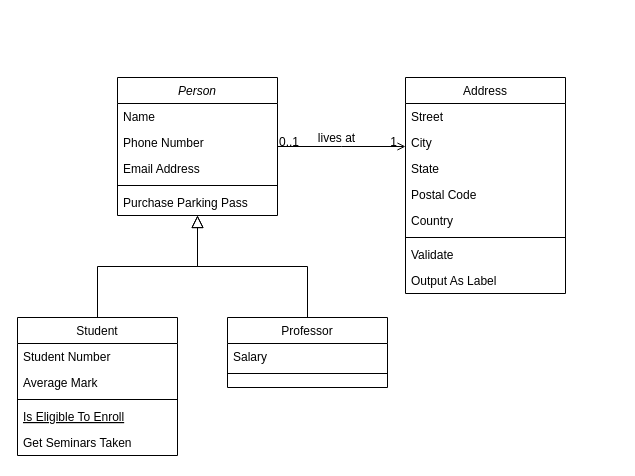
uygnaix/diagrams keeps this draw.io diagram as Untitled Diagram.drawio. Above is the earlier version. Source tidied: cells renumbered, new cells numbered last; positions are measured from the earlier drawing's top-left corner, leaving out a move shared by most shapes. Both pictures are drawn from the tidied source at 100%, with x=0, y=0 at pixel (17, 77).
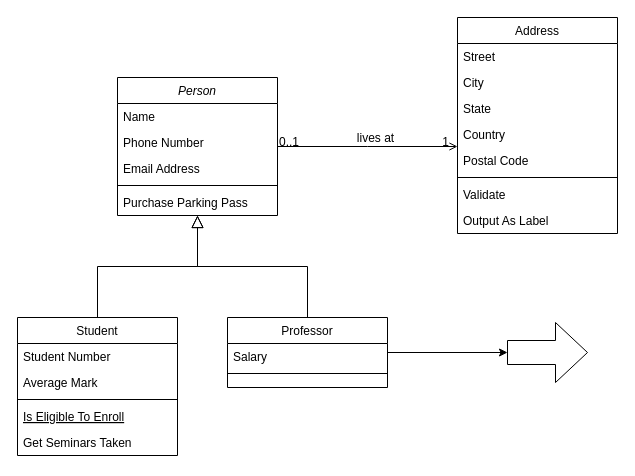
After the change.

Unchanged cells that the change refers to:
```xml
<mxCell id="15" value="Professor" style="swimlane;fontStyle=0;align=center;verticalAlign=top;horizontal=1;startSize=26;rounded=0;shadow=0;strokeWidth=1;" parent="1" vertex="1">
  <mxGeometry x="210" y="240" width="160" height="70" as="geometry" />
</mxCell>
```

What changed in the source:
```diff
@@
+    <mxCell id="32" style="edgeStyle=orthogonalEdgeStyle;rounded=0;jettySize=auto;html=1;" parent="1" edge="1" source="15" target="33">
+      <mxGeometry relative="1" as="geometry" />
+    </mxCell>
@@
     <mxCell id="19" value="Address" style="swimlane;fontStyle=0;align=center;verticalAlign=top;horizontal=1;startSize=26;rounded=0;shadow=0;strokeWidth=1;" parent="1" vertex="1">
-      <mxGeometry x="388" width="160" height="216" as="geometry" />
+      <mxGeometry x="440" y="-60" width="160" height="216" as="geometry" />
     </mxCell>
@@
+    <mxCell id="24" value="Country" style="text;align=left;verticalAlign=top;spacingLeft=4;spacingRight=4;overflow=hidden;rounded=0;shadow=0;html=0;" parent="19" vertex="1">
+      <mxGeometry y="104" width="160" height="26" as="geometry" />
+    </mxCell>
     <mxCell id="23" value="Postal Code" style="text;align=left;verticalAlign=top;spacingLeft=4;spacingRight=4;overflow=hidden;rounded=0;shadow=0;html=0;" parent="19" vertex="1">
-      <mxGeometry y="104" width="160" height="26" as="geometry" />
+      <mxGeometry y="130" width="160" height="26" as="geometry" />
     </mxCell>
-    <mxCell id="24" value="Country" style="text;align=left;verticalAlign=top;spacingLeft=4;spacingRight=4;overflow=hidden;rounded=0;shadow=0;html=0;" parent="19" vertex="1">
-      <mxGeometry y="130" width="160" height="26" as="geometry" />
-    </mxCell>
@@
+    <mxCell id="33" style="shape=singleArrow;whiteSpace=wrap;html=1;arrowWidth=0.4;arrowSize=0.4;verticalAlign=top;fontStyle=0;startSize=26;rounded=0;shadow=0;strokeWidth=1;" parent="1" vertex="1">
+      <mxGeometry x="490" y="245" width="80" height="60" as="geometry" />
+    </mxCell>
```
